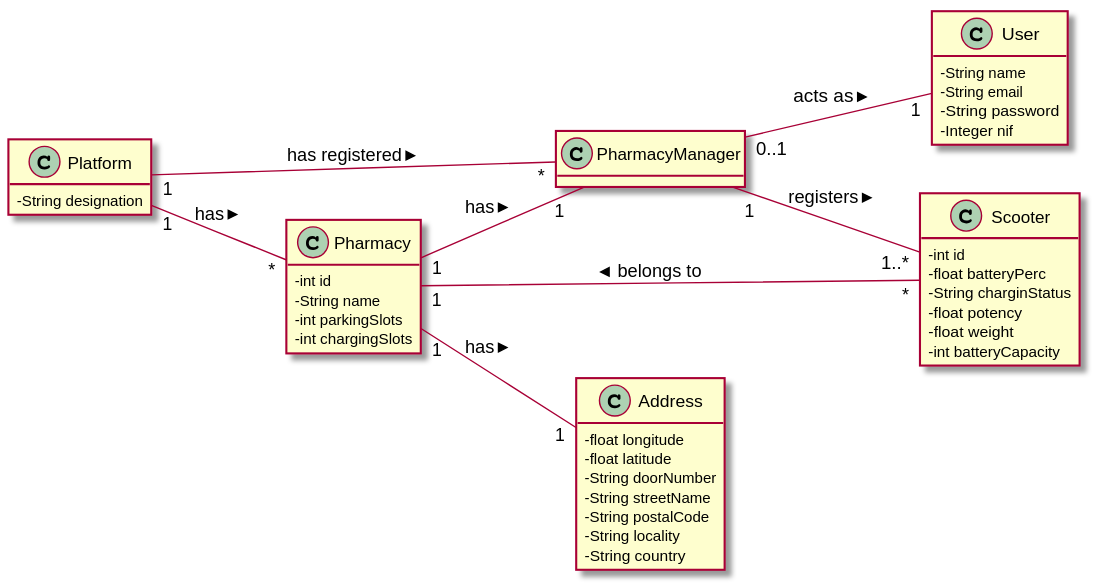
The PlantUML diagram docs/Iteration 1/Scooter Management/US21_RegisterScooter/US21_DM.svg in tiagoavcosta25/LAPR3, before a commit.
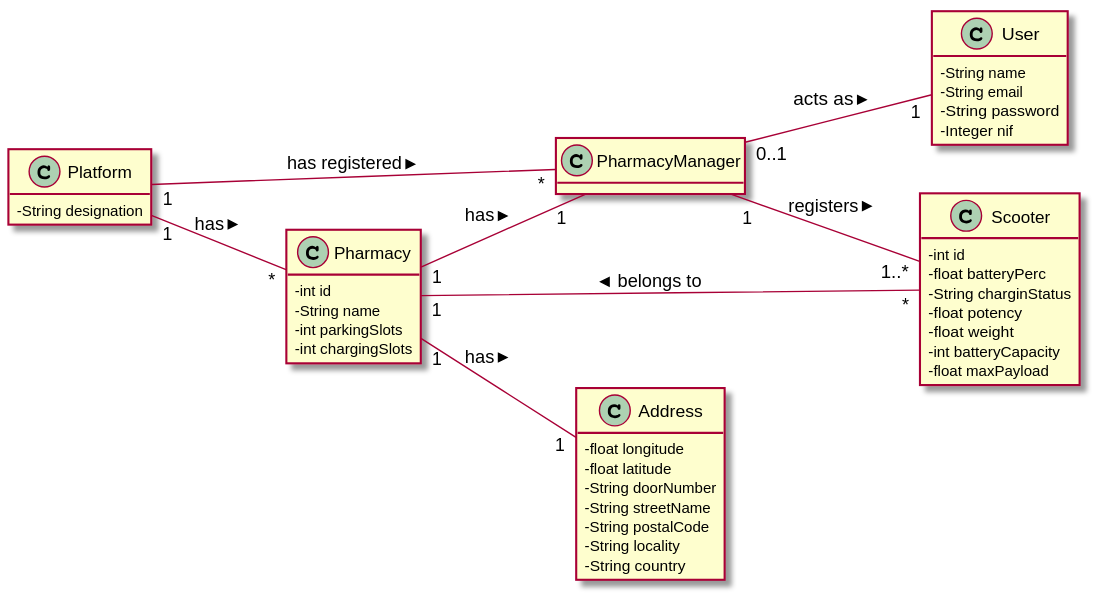
After the change.

Change to the diagram source:
```diff
@@ -31,6 +31,7 @@
   -float potency
   -float weight
   -int batteryCapacity
+  -float maxPayload
 }
 
 class Address{
```
